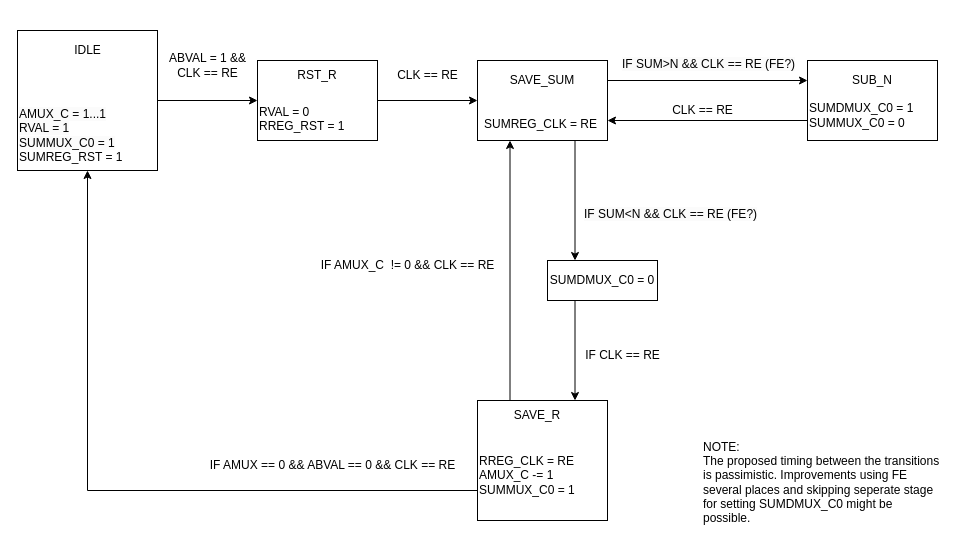
Before: page "BLAKELEY_MODULE_CONTROL" (2 of 2) of Microarchitecture/ControlStateDiagrams/CtrlStateDiagrams.drawio in Heimvik/TFE4141, a draw.io diagram. Source tidied: cells renumbered, new cells numbered last; positions are measured from the earlier drawing's top-left corner, leaving out a move shared by most shapes. Both pictures are drawn from the tidied source at 100%, with x=0, y=0 at pixel (17, 30).
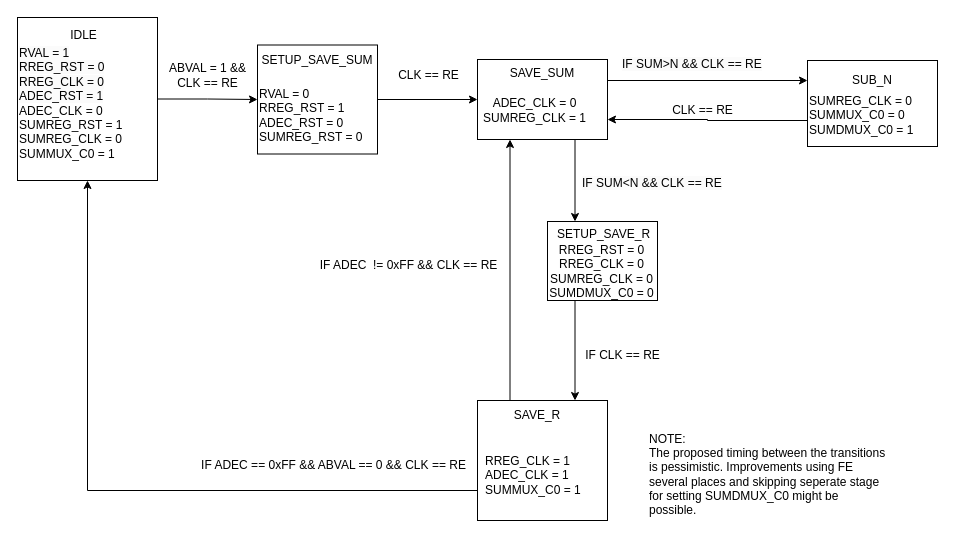
After the change.

Change to the diagram source:
```diff
@@
     <mxCell id="3" style="rounded=0;whiteSpace=wrap;html=1;" parent="1" vertex="1">
-      <mxGeometry width="140" height="140" as="geometry" />
+      <mxGeometry y="-13" width="140" height="163" as="geometry" />
     </mxCell>
@@
     <mxCell id="7" style="edgeStyle=orthogonalEdgeStyle;rounded=0;jettySize=auto;html=1;entryX=1;entryY=0.75;entryDx=0;entryDy=0;exitX=0;exitY=0.75;exitDx=0;exitDy=0;" parent="1" edge="1" source="8" target="16">
-      <mxGeometry relative="1" as="geometry" />
+      <mxGeometry relative="1" as="geometry">
+        <Array as="points">
+          <mxPoint x="690" y="90" />
+          <mxPoint x="690" y="89" />
+        </Array>
+      </mxGeometry>
     </mxCell>
     <mxCell id="8" style="rounded=0;whiteSpace=wrap;html=1;" parent="1" vertex="1">
-      <mxGeometry x="790" y="30" width="130" height="80" as="geometry" />
+      <mxGeometry x="790" y="30" width="130" height="86" as="geometry" />
     </mxCell>
@@
-    <mxCell id="10" value="&lt;div&gt;&lt;span style=&quot;background-color: initial;&quot;&gt;RREG_CLK = RE&lt;/span&gt;&lt;br&gt;&lt;/div&gt;&lt;div&gt;AMUX_C -= 1&lt;/div&gt;&lt;div&gt;SUMMUX_C0 = 1&lt;/div&gt;" style="text;html=1;align=left;verticalAlign=middle;strokeColor=none;fillColor=none;" parent="1" vertex="1">
-      <mxGeometry x="460" y="415" width="120" height="60" as="geometry" />
+    <mxCell id="10" value="&lt;div&gt;&lt;span style=&quot;background-color: initial;&quot;&gt;RREG_CLK = 1&lt;/span&gt;&lt;br&gt;&lt;/div&gt;&lt;div&gt;ADEC_CLK = 1&lt;/div&gt;&lt;div&gt;SUMMUX_C0 = 1&lt;/div&gt;" style="text;html=1;align=left;verticalAlign=middle;strokeColor=none;fillColor=none;" parent="1" vertex="1">
+      <mxGeometry x="466" y="417.5" width="114" height="55" as="geometry" />
     </mxCell>
-    <mxCell id="11" value="&lt;span style=&quot;color: rgb(0, 0, 0); font-family: Helvetica; font-size: 12px; font-style: normal; font-variant-ligatures: normal; font-variant-caps: normal; font-weight: 400; letter-spacing: normal; orphans: 2; text-align: center; text-indent: 0px; text-transform: none; widows: 2; word-spacing: 0px; -webkit-text-stroke-width: 0px; white-space: nowrap; background-color: rgb(251, 251, 251); text-decoration-thickness: initial; text-decoration-style: initial; text-decoration-color: initial; display: inline !important; float: none;&quot;&gt;AMUX_C = 1...1&lt;/span&gt;&lt;div&gt;&lt;span style=&quot;color: rgb(0, 0, 0); font-family: Helvetica; font-size: 12px; font-style: normal; font-variant-ligatures: normal; font-variant-caps: normal; font-weight: 400; letter-spacing: normal; orphans: 2; text-align: center; text-indent: 0px; text-transform: none; widows: 2; word-spacing: 0px; -webkit-text-stroke-width: 0px; white-space: nowrap; background-color: rgb(251, 251, 251); text-decoration-thickness: initial; text-decoration-style: initial; text-decoration-color: initial; display: inline !important; float: none;&quot;&gt;RVAL = 1&lt;br&gt;&lt;/span&gt;&lt;/div&gt;&lt;div&gt;&lt;span style=&quot;color: rgb(0, 0, 0); font-family: Helvetica; font-size: 12px; font-style: normal; font-variant-ligatures: normal; font-variant-caps: normal; font-weight: 400; letter-spacing: normal; orphans: 2; text-align: center; text-indent: 0px; text-transform: none; widows: 2; word-spacing: 0px; -webkit-text-stroke-width: 0px; white-space: nowrap; background-color: rgb(251, 251, 251); text-decoration-thickness: initial; text-decoration-style: initial; text-decoration-color: initial; display: inline !important; float: none;&quot;&gt;SUMMUX_C0 = 1&lt;br&gt;&lt;/span&gt;&lt;/div&gt;&lt;div&gt;&lt;span style=&quot;text-align: center; text-wrap: nowrap;&quot;&gt;SUMREG_RST = 1&lt;br&gt;&lt;/span&gt;&lt;br&gt;&lt;/div&gt;" style="text;whiteSpace=wrap;html=1;" parent="1" vertex="1">
-      <mxGeometry y="70" width="120" height="60" as="geometry" />
+    <mxCell id="11" value="&lt;div&gt;&lt;span style=&quot;color: rgb(0, 0, 0); font-family: Helvetica; font-size: 12px; font-style: normal; font-variant-ligatures: normal; font-variant-caps: normal; font-weight: 400; letter-spacing: normal; orphans: 2; text-align: center; text-indent: 0px; text-transform: none; widows: 2; word-spacing: 0px; -webkit-text-stroke-width: 0px; white-space: nowrap; background-color: rgb(251, 251, 251); text-decoration-thickness: initial; text-decoration-style: initial; text-decoration-color: initial; display: inline !important; float: none;&quot;&gt;RVAL = 1&lt;br&gt;&lt;/span&gt;&lt;/div&gt;&lt;div&gt;&lt;span style=&quot;color: rgb(0, 0, 0); font-family: Helvetica; font-size: 12px; font-style: normal; font-variant-ligatures: normal; font-variant-caps: normal; font-weight: 400; letter-spacing: normal; orphans: 2; text-align: center; text-indent: 0px; text-transform: none; widows: 2; word-spacing: 0px; -webkit-text-stroke-width: 0px; white-space: nowrap; background-color: rgb(251, 251, 251); text-decoration-thickness: initial; text-decoration-style: initial; text-decoration-color: initial; display: inline !important; float: none;&quot;&gt;RREG_RST = 0&lt;/span&gt;&lt;/div&gt;&lt;div&gt;&lt;span style=&quot;color: rgb(0, 0, 0); font-family: Helvetica; font-size: 12px; font-style: normal; font-variant-ligatures: normal; font-variant-caps: normal; font-weight: 400; letter-spacing: normal; orphans: 2; text-align: center; text-indent: 0px; text-transform: none; widows: 2; word-spacing: 0px; -webkit-text-stroke-width: 0px; white-space: nowrap; background-color: rgb(251, 251, 251); text-decoration-thickness: initial; text-decoration-style: initial; text-decoration-color: initial; display: inline !important; float: none;&quot;&gt;RREG_CLK = 0&lt;br&gt;&lt;span style=&quot;background-color: initial;&quot;&gt;ADEC_RST = 1&lt;/span&gt;&lt;br&gt;&lt;/span&gt;&lt;/div&gt;&lt;div&gt;&lt;span style=&quot;text-align: center; text-wrap: nowrap;&quot;&gt;ADEC_CLK = 0&lt;/span&gt;&lt;/div&gt;&lt;div&gt;&lt;span style=&quot;text-align: center; text-wrap: nowrap;&quot;&gt;SUMREG_RST = 1&lt;/span&gt;&lt;/div&gt;&lt;div&gt;&lt;span style=&quot;text-align: center; text-wrap: nowrap;&quot;&gt;SUMREG_CLK = 0&lt;br&gt;&lt;/span&gt;&lt;span style=&quot;text-align: center; text-wrap: nowrap;&quot;&gt;SUMMUX_C0 = 1&lt;/span&gt;&lt;br&gt;&lt;/div&gt;" style="text;whiteSpace=wrap;html=1;" parent="1" vertex="1">
+      <mxGeometry y="9" width="118" height="128" as="geometry" />
     </mxCell>
-    <mxCell id="12" value="SUMDMUX_C0 = 1&lt;br&gt;SUMMUX_C0 = 0" style="text;html=1;align=left;verticalAlign=middle;whiteSpace=wrap;rounded=0;" parent="1" vertex="1">
-      <mxGeometry x="790" y="70" width="130" height="30" as="geometry" />
+    <mxCell id="12" value="&lt;div&gt;&lt;span style=&quot;text-align: center; text-wrap: nowrap;&quot;&gt;SUMREG_CLK = 0&lt;/span&gt;&lt;br&gt;&lt;/div&gt;&lt;div&gt;SUMMUX_C0 = 0&lt;span style=&quot;text-align: center; text-wrap: nowrap;&quot;&gt;&lt;br&gt;&lt;/span&gt;&lt;/div&gt;SUMDMUX_C0 = 1" style="text;html=1;align=left;verticalAlign=middle;whiteSpace=wrap;rounded=0;" parent="1" vertex="1">
+      <mxGeometry x="790" y="55" width="130" height="59" as="geometry" />
     </mxCell>
     <mxCell id="13" value="IDLE" style="text;html=1;align=center;verticalAlign=middle;strokeColor=none;fillColor=none;" parent="1" vertex="1">
-      <mxGeometry x="45" y="5" width="50" height="30" as="geometry" />
+      <mxGeometry x="41" y="-10" width="50" height="30" as="geometry" />
     </mxCell>
@@
     <mxCell id="16" style="rounded=0;whiteSpace=wrap;html=1;" parent="1" vertex="1">
-      <mxGeometry x="460" y="30" width="130" height="80" as="geometry" />
+      <mxGeometry x="460" y="29" width="130" height="80" as="geometry" />
     </mxCell>
-    <mxCell id="17" value="&lt;div style=&quot;text-align: center;&quot;&gt;&lt;span style=&quot;background-color: initial; text-wrap: nowrap;&quot;&gt;SUMREG_CLK = RE&lt;/span&gt;&lt;/div&gt;&lt;div style=&quot;&quot;&gt;&lt;span style=&quot;background-color: initial; text-wrap: nowrap;&quot;&gt;&lt;br&gt;&lt;/span&gt;&lt;/div&gt;" style="text;whiteSpace=wrap;html=1;" parent="1" vertex="1">
-      <mxGeometry x="465" y="80" width="120" height="22.5" as="geometry" />
-    </mxCell>
     <mxCell id="18" value="SAVE_SUM" style="text;html=1;align=center;verticalAlign=middle;whiteSpace=wrap;rounded=0;" parent="1" vertex="1">
-      <mxGeometry x="495" y="35" width="60" height="30" as="geometry" />
+      <mxGeometry x="495" y="28" width="60" height="30" as="geometry" />
     </mxCell>
     <mxCell id="19" value="ABVAL = 1 &amp;amp;&amp;amp;&lt;br&gt;CLK == RE" style="text;html=1;align=center;verticalAlign=middle;strokeColor=none;fillColor=none;" parent="1" vertex="1">
-      <mxGeometry x="140" y="15" width="100" height="40" as="geometry" />
+      <mxGeometry x="140" y="25" width="100" height="40" as="geometry" />
     </mxCell>
-    <mxCell id="20" value="&lt;span style=&quot;color: rgb(0, 0, 0); font-family: Helvetica; font-size: 12px; font-style: normal; font-variant-ligatures: normal; font-variant-caps: normal; font-weight: 400; letter-spacing: normal; orphans: 2; text-align: center; text-indent: 0px; text-transform: none; widows: 2; word-spacing: 0px; -webkit-text-stroke-width: 0px; white-space: nowrap; background-color: rgb(251, 251, 251); text-decoration-thickness: initial; text-decoration-style: initial; text-decoration-color: initial; display: inline !important; float: none;&quot;&gt;IF SUM&amp;gt;N &amp;amp;&amp;amp; CLK == RE (FE?)&lt;/span&gt;" style="text;whiteSpace=wrap;html=1;" parent="1" vertex="1">
+    <mxCell id="20" value="&lt;span style=&quot;color: rgb(0, 0, 0); font-family: Helvetica; font-size: 12px; font-style: normal; font-variant-ligatures: normal; font-variant-caps: normal; font-weight: 400; letter-spacing: normal; orphans: 2; text-align: center; text-indent: 0px; text-transform: none; widows: 2; word-spacing: 0px; -webkit-text-stroke-width: 0px; white-space: nowrap; background-color: rgb(251, 251, 251); text-decoration-thickness: initial; text-decoration-style: initial; text-decoration-color: initial; display: inline !important; float: none;&quot;&gt;IF SUM&amp;gt;N &amp;amp;&amp;amp; CLK == RE&lt;/span&gt;" style="text;whiteSpace=wrap;html=1;" parent="1" vertex="1">
       <mxGeometry x="602.5" y="20" width="70" height="30" as="geometry" />
     </mxCell>
@@
-    <mxCell id="22" value="&lt;span style=&quot;color: rgb(0, 0, 0); font-family: Helvetica; font-size: 12px; font-style: normal; font-variant-ligatures: normal; font-variant-caps: normal; font-weight: 400; letter-spacing: normal; orphans: 2; text-align: center; text-indent: 0px; text-transform: none; widows: 2; word-spacing: 0px; -webkit-text-stroke-width: 0px; white-space: nowrap; background-color: rgb(251, 251, 251); text-decoration-thickness: initial; text-decoration-style: initial; text-decoration-color: initial; display: inline !important; float: none;&quot;&gt;IF SUM&amp;lt;N &amp;amp;&amp;amp; CLK == RE (FE?)&lt;/span&gt;" style="text;whiteSpace=wrap;html=1;" parent="1" vertex="1">
-      <mxGeometry x="565" y="170" width="145" height="30" as="geometry" />
+    <mxCell id="22" value="&lt;span style=&quot;color: rgb(0, 0, 0); font-family: Helvetica; font-size: 12px; font-style: normal; font-variant-ligatures: normal; font-variant-caps: normal; font-weight: 400; letter-spacing: normal; orphans: 2; text-align: center; text-indent: 0px; text-transform: none; widows: 2; word-spacing: 0px; -webkit-text-stroke-width: 0px; white-space: nowrap; background-color: rgb(251, 251, 251); text-decoration-thickness: initial; text-decoration-style: initial; text-decoration-color: initial; display: inline !important; float: none;&quot;&gt;IF SUM&amp;lt;N &amp;amp;&amp;amp; CLK == RE&lt;/span&gt;" style="text;whiteSpace=wrap;html=1;" parent="1" vertex="1">
+      <mxGeometry x="563" y="139" width="145" height="30" as="geometry" />
     </mxCell>
-    <mxCell id="23" value="IF AMUX_C&amp;nbsp; != 0 &amp;amp;&amp;amp; CLK == RE" style="text;html=1;align=center;verticalAlign=middle;strokeColor=none;fillColor=none;" parent="1" vertex="1">
-      <mxGeometry x="290" y="220" width="200" height="30" as="geometry" />
+    <mxCell id="23" value="IF ADEC&amp;nbsp; != 0xFF &amp;amp;&amp;amp; CLK == RE" style="text;html=1;align=center;verticalAlign=middle;strokeColor=none;fillColor=none;" parent="1" vertex="1">
+      <mxGeometry x="293" y="222" width="196" height="26" as="geometry" />
     </mxCell>
-    <mxCell id="24" value="IF AMUX == 0 &amp;amp;&amp;amp; ABVAL == 0 &amp;amp;&amp;amp; CLK == RE" style="text;html=1;align=center;verticalAlign=middle;strokeColor=none;fillColor=none;" parent="1" vertex="1">
-      <mxGeometry x="180" y="420" width="270" height="30" as="geometry" />
+    <mxCell id="24" value="IF ADEC == 0xFF &amp;amp;&amp;amp; ABVAL == 0 &amp;amp;&amp;amp; CLK == RE" style="text;html=1;align=center;verticalAlign=middle;strokeColor=none;fillColor=none;" parent="1" vertex="1">
+      <mxGeometry x="174" y="422" width="283" height="26" as="geometry" />
     </mxCell>
@@
     <mxCell id="26" style="rounded=0;whiteSpace=wrap;html=1;" parent="1" vertex="1">
-      <mxGeometry x="240" y="30" width="120" height="80" as="geometry" />
+      <mxGeometry x="240" y="14.5" width="120" height="109" as="geometry" />
     </mxCell>
-    <mxCell id="27" value="&lt;div style=&quot;&quot;&gt;&lt;span style=&quot;text-wrap: nowrap;&quot;&gt;RVAL = 0&lt;/span&gt;&lt;span style=&quot;text-wrap: nowrap; background-color: initial;&quot;&gt;&lt;br&gt;&lt;/span&gt;&lt;/div&gt;&lt;div style=&quot;&quot;&gt;&lt;span style=&quot;text-wrap: nowrap; background-color: initial;&quot;&gt;RREG_RST = 1&lt;br&gt;&lt;/span&gt;&lt;br&gt;&lt;/div&gt;" style="text;whiteSpace=wrap;html=1;" parent="1" vertex="1">
-      <mxGeometry x="240" y="67.5" width="100" height="35" as="geometry" />
+    <mxCell id="27" value="&lt;div style=&quot;&quot;&gt;&lt;span style=&quot;text-wrap: nowrap;&quot;&gt;RVAL = 0&lt;/span&gt;&lt;span style=&quot;text-wrap: nowrap; background-color: initial;&quot;&gt;&lt;br&gt;&lt;/span&gt;&lt;/div&gt;&lt;div style=&quot;&quot;&gt;&lt;span style=&quot;text-wrap: nowrap; background-color: initial;&quot;&gt;RREG_RST = 1&lt;br&gt;&lt;/span&gt;ADEC_RST = 0&lt;/div&gt;&lt;div style=&quot;&quot;&gt;&lt;span style=&quot;text-align: center; text-wrap: nowrap;&quot;&gt;SUMREG_RST = 0&lt;br&gt;&lt;/span&gt;&lt;br&gt;&lt;/div&gt;&lt;div style=&quot;&quot;&gt;&lt;span style=&quot;text-align: center; text-wrap: nowrap;&quot;&gt;&lt;br&gt;&lt;/span&gt;&lt;/div&gt;" style="text;whiteSpace=wrap;html=1;" parent="1" vertex="1">
+      <mxGeometry x="240" y="49.8" width="113" height="81" as="geometry" />
     </mxCell>
-    <mxCell id="28" value="RST_R" style="text;html=1;align=center;verticalAlign=middle;whiteSpace=wrap;rounded=0;" parent="1" vertex="1">
-      <mxGeometry x="270" y="30" width="60" height="30" as="geometry" />
+    <mxCell id="28" value="SETUP_SAVE_SUM" style="text;html=1;align=center;verticalAlign=middle;whiteSpace=wrap;rounded=0;" parent="1" vertex="1">
+      <mxGeometry x="270" y="14.5" width="60" height="30" as="geometry" />
     </mxCell>
     <mxCell id="29" value="CLK == RE" style="text;html=1;align=center;verticalAlign=middle;strokeColor=none;fillColor=none;" parent="1" vertex="1">
-      <mxGeometry x="370" y="30" width="80" height="30" as="geometry" />
+      <mxGeometry x="371" y="32" width="79" height="26" as="geometry" />
     </mxCell>
-    <mxCell id="30" value="&lt;br&gt;NOTE:&lt;br&gt;The proposed timing between the transitions is passimistic. Improvements using FE several places and skipping seperate stage for setting SUMDMUX_C0 might be possible." style="text;html=1;align=left;verticalAlign=middle;whiteSpace=wrap;rounded=0;" parent="1" vertex="1">
-      <mxGeometry x="684" y="430" width="240" height="30" as="geometry" />
+    <mxCell id="30" value="&lt;br&gt;NOTE:&lt;br&gt;The proposed timing between the transitions is pessimistic. Improvements using FE several places and skipping seperate stage for setting SUMDMUX_C0 might be possible." style="text;html=1;align=left;verticalAlign=middle;whiteSpace=wrap;rounded=0;" parent="1" vertex="1">
+      <mxGeometry x="630" y="422" width="240" height="30" as="geometry" />
     </mxCell>
@@
-    <mxCell id="33" value="&lt;span style=&quot;text-align: left; text-wrap: nowrap;&quot;&gt;SUMDMUX_C0 = 0&lt;/span&gt;" style="rounded=0;whiteSpace=wrap;html=1;" parent="1" vertex="1">
-      <mxGeometry x="530" y="230" width="110" height="40" as="geometry" />
+    <mxCell id="33" style="rounded=0;whiteSpace=wrap;html=1;" parent="1" vertex="1">
+      <mxGeometry x="530" y="191" width="110" height="79" as="geometry" />
     </mxCell>
@@
+    <mxCell id="35" value="&lt;span style=&quot;text-align: left;&quot;&gt;RREG_RST = 0&lt;br&gt;&lt;/span&gt;RREG_CLK = 0&lt;div&gt;&lt;div style=&quot;text-align: center;&quot;&gt;&lt;span style=&quot;text-align: left;&quot;&gt;SUMREG_CLK = 0&lt;/span&gt;&lt;br&gt;&lt;/div&gt;&lt;span style=&quot;text-align: left;&quot;&gt;SUMDMUX_C0 = 0&lt;/span&gt;&lt;/div&gt;" style="text;html=1;align=center;verticalAlign=middle;strokeColor=none;fillColor=none;" parent="1" vertex="1">
+      <mxGeometry x="523" y="206" width="122" height="70" as="geometry" />
+    </mxCell>
+    <mxCell id="36" value="SETUP_SAVE_R" style="text;html=1;align=center;verticalAlign=middle;strokeColor=none;fillColor=none;" parent="1" vertex="1">
+      <mxGeometry x="530" y="191" width="111" height="26" as="geometry" />
+    </mxCell>
+    <mxCell id="37" value="&lt;div&gt;ADEC_CLK = 0&lt;br&gt;SUMREG_CLK = 1&lt;/div&gt;" style="text;html=1;align=center;verticalAlign=middle;strokeColor=none;fillColor=none;" parent="1" vertex="1">
+      <mxGeometry x="456.5" y="59.5" width="121" height="41" as="geometry" />
+    </mxCell>
```
